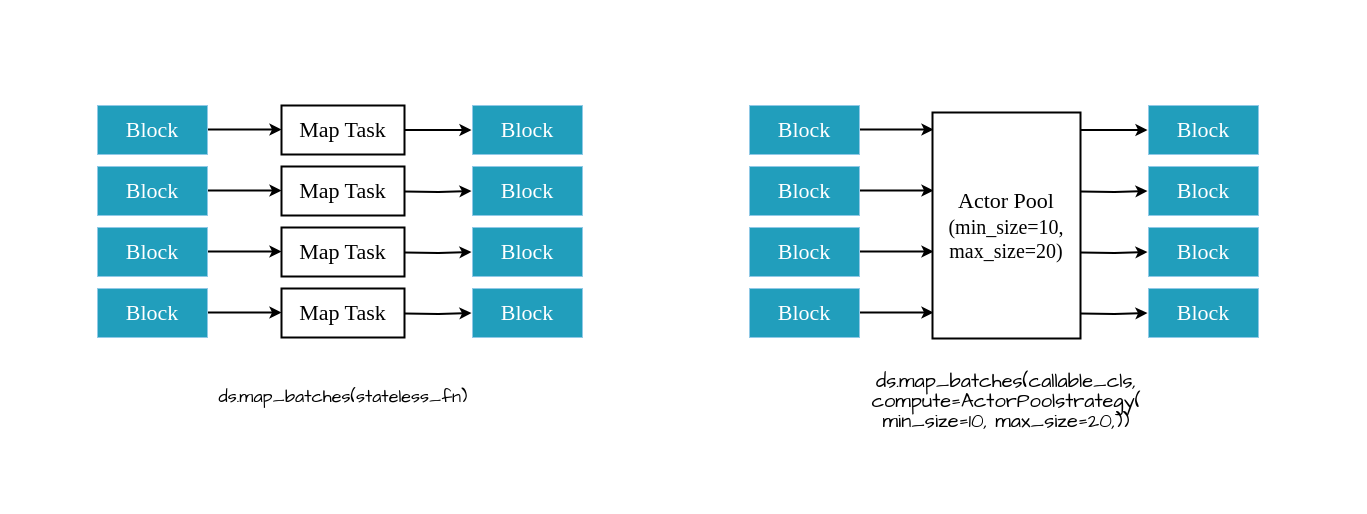
This is drawio/ch-ray-data/dataset-map.drawio from godaai/scale-py-zh, a draw.io file, before an edit. Source tidied: cells renumbered, new cells numbered last; positions are measured from the earlier drawing's top-left corner, leaving out a move shared by most shapes. Both pictures are drawn from the tidied source at 100%, with x=0, y=0 at pixel (97, 105).
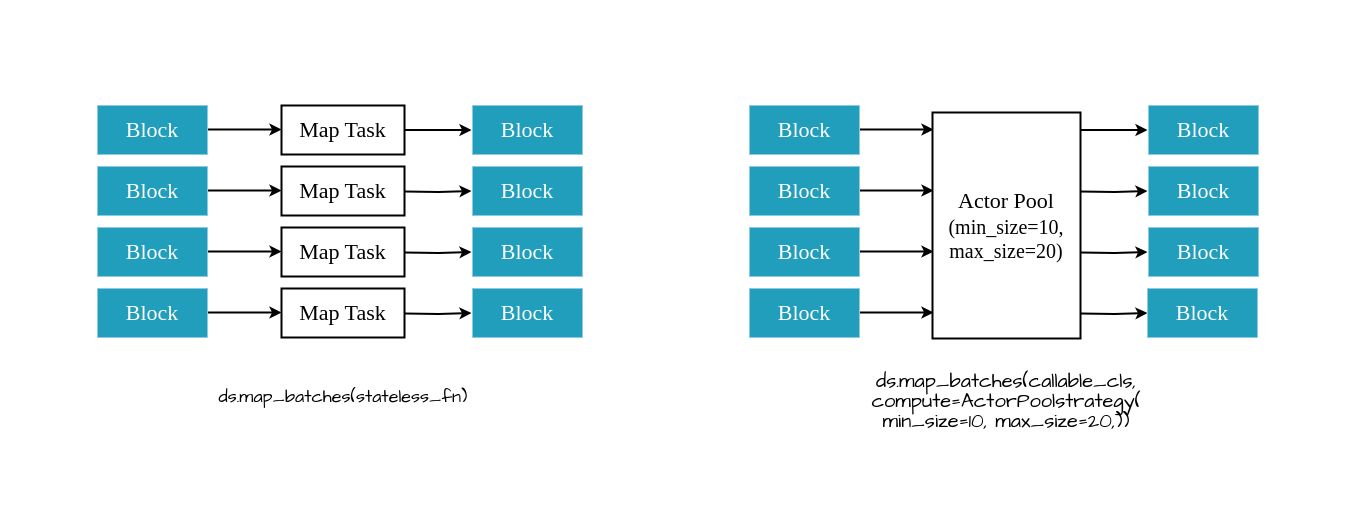
The same diagram, later.

The edit, as a diff of the source:
```diff
@@
+    <mxCell id="41" style="rounded=0;whiteSpace=wrap;html=1;strokeColor=none;fillColor=none;" parent="1" vertex="1">
+      <mxGeometry x="-80" y="-88" width="1333" height="480" as="geometry" />
+    </mxCell>
@@
     <mxCell id="34" value="&lt;font style=&quot;font-size: 22px;&quot; face=&quot;Times New Roman&quot; color=&quot;#ffffff&quot;&gt;Block&lt;/font&gt;" style="rounded=0;whiteSpace=wrap;html=1;fillColor=#219EBC;strokeColor=#90C9E6;fontSize=22;" parent="1" vertex="1">
-      <mxGeometry x="1051" y="183" width="110" height="49" as="geometry" />
+      <mxGeometry x="1050" y="183" width="110" height="49" as="geometry" />
     </mxCell>
```
